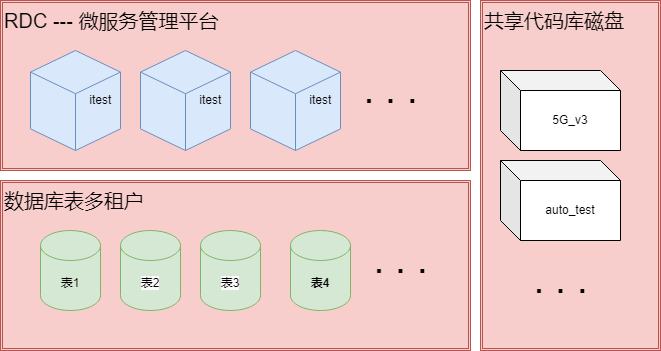
Above: architecture/可伸缩.drawio.png in muxicode/c153080686 (draw.io), before the change. Source tidied: cells renumbered, new cells last; positions are measured from the earlier drawing's top-left corner, leaving out a move shared by most shapes.
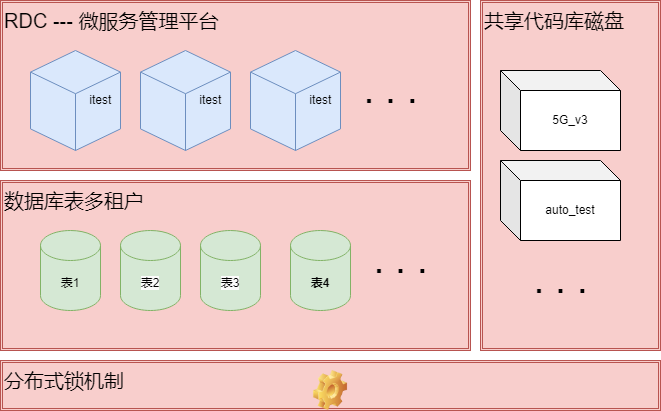
After the commit.

Commit message:
更新可伸缩.drawio.png

What changed in the source:
```diff
@@ -47,5 +47,11 @@
     <mxCell id="16" value="&lt;font style=&quot;font-size: 39px;&quot;&gt;. . .&lt;/font&gt;" style="text;html=1;align=center;verticalAlign=middle;strokeColor=none;fillColor=none;" parent="1" vertex="1">
       <mxGeometry x="520" y="250" width="80" height="60" as="geometry" />
     </mxCell>
+    <mxCell id="17" value="分布式锁机制" style="shape=ext;double=1;rounded=0;whiteSpace=wrap;html=1;align=left;horizontal=1;verticalAlign=top;fontSize=20;fillColor=#f8cecc;strokeColor=#b85450;" parent="1" vertex="1">
+      <mxGeometry y="360" width="660" height="50" as="geometry" />
+    </mxCell>
+    <mxCell id="18" style="shape=image;html=1;verticalLabelPosition=bottom;verticalAlign=top;imageAspect=1;image=img/clipart/Gear_128x128.png;" parent="1" vertex="1">
+      <mxGeometry x="312.9" y="370" width="34.1" height="40" as="geometry" />
+    </mxCell>
   </root>
 </mxGraphModel>
```
